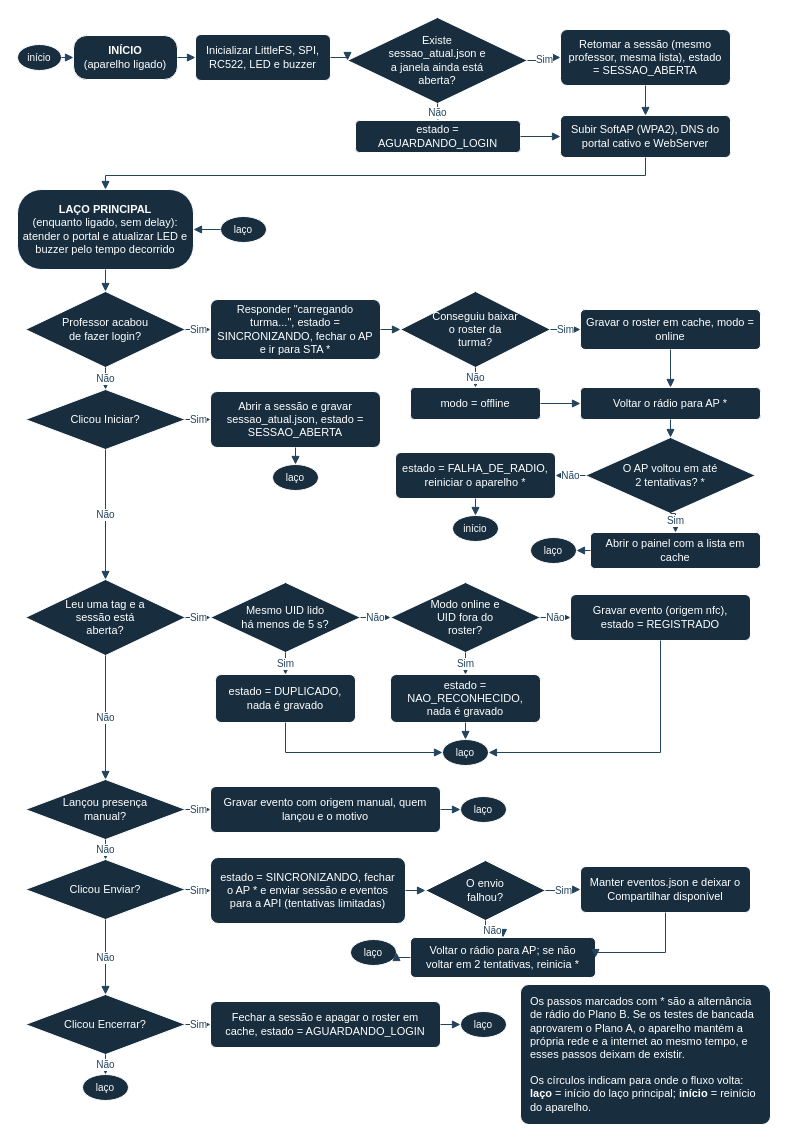
caioplaninschek/presente keeps this draw.io diagram as docs/fluxograma-logica.drawio. Above is the earlier version. Source tidied: cells renumbered, new cells numbered last; positions are measured from the earlier drawing's top-left corner, leaving out a move shared by most shapes. Both pictures are drawn from the tidied source at 100%, with x=0, y=0 at pixel (17, 17).
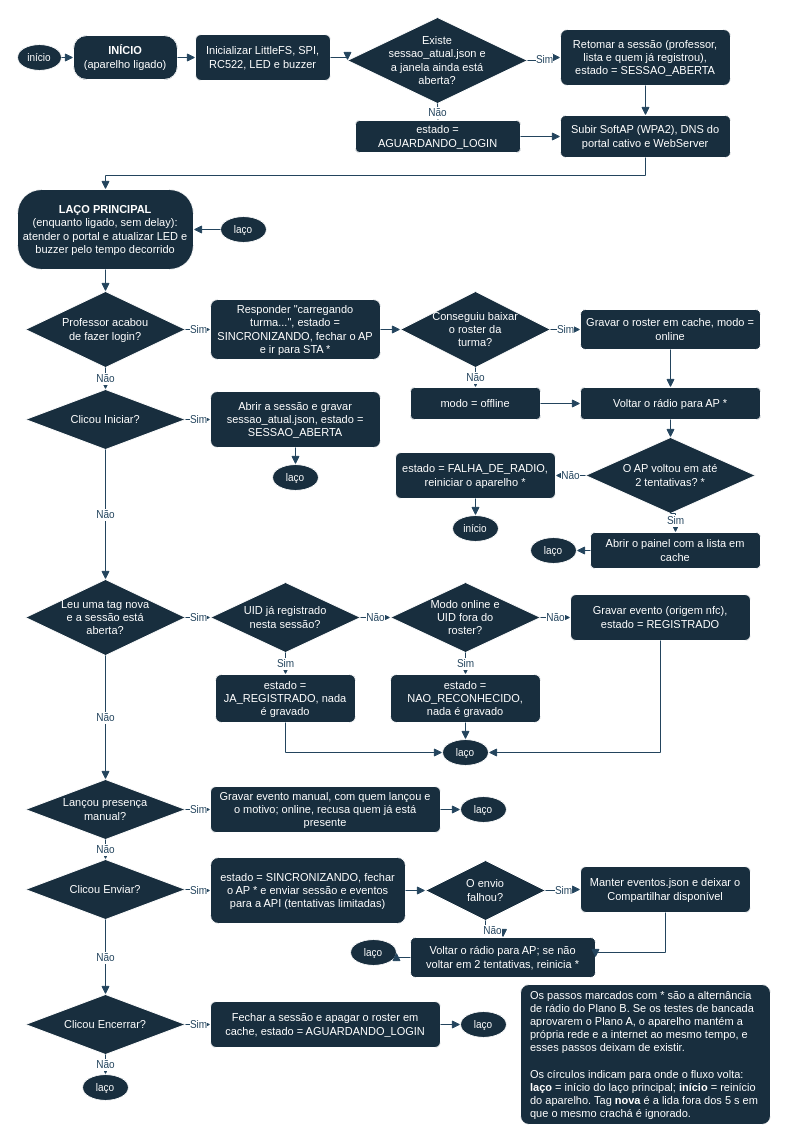
The same page after the edit.

Commit message (it also covers changes not shown here):
Fluxograma: JA_REGISTRADO no lugar do DUPLICADO, a tag nova fora dos 5 s e o manual que recusa quem ja esta presente (R30)

The edit, as a diff of the source:
```diff
@@
-    <mxCell id="6" value="Retomar a sessão (mesmo professor, mesma lista), estado = SESSAO_ABERTA" style="whiteSpace=wrap;html=1;fontSize=11;fontColor=#FFFFFF;strokeColor=#FFFFFF;fillColor=#182E3E;rounded=1;arcSize=12;spacingLeft=5;spacingRight=5;" parent="1" vertex="1">
+    <mxCell id="6" value="Retomar a sessão (professor, lista e quem já registrou), estado = SESSAO_ABERTA" style="whiteSpace=wrap;html=1;fontSize=11;fontColor=#FFFFFF;strokeColor=#FFFFFF;fillColor=#182E3E;rounded=1;arcSize=12;spacingLeft=5;spacingRight=5;" parent="1" vertex="1">
       <mxGeometry x="543" y="12" width="170" height="56" as="geometry" />
     </mxCell>
@@
-    <mxCell id="25" value="Leu uma tag e a sessão está aberta?" style="whiteSpace=wrap;html=1;fontSize=11;fontColor=#FFFFFF;strokeColor=#FFFFFF;fillColor=#182E3E;rhombus;spacingLeft=32;spacingRight=32;" parent="1" vertex="1">
+    <mxCell id="25" value="Leu uma tag nova e a sessão está aberta?" style="whiteSpace=wrap;html=1;fontSize=11;fontColor=#FFFFFF;strokeColor=#FFFFFF;fillColor=#182E3E;rhombus;spacingLeft=32;spacingRight=32;" parent="1" vertex="1">
       <mxGeometry x="8" y="562" width="160" height="76" as="geometry" />
     </mxCell>
-    <mxCell id="26" value="Mesmo UID lido há menos de 5 s?" style="whiteSpace=wrap;html=1;fontSize=11;fontColor=#FFFFFF;strokeColor=#FFFFFF;fillColor=#182E3E;rhombus;spacingLeft=30;spacingRight=30;" parent="1" vertex="1">
+    <mxCell id="26" value="UID já registrado nesta sessão?" style="whiteSpace=wrap;html=1;fontSize=11;fontColor=#FFFFFF;strokeColor=#FFFFFF;fillColor=#182E3E;rhombus;spacingLeft=30;spacingRight=30;" parent="1" vertex="1">
       <mxGeometry x="193" y="565" width="150" height="70" as="geometry" />
     </mxCell>
@@
-    <mxCell id="29" value="estado = DUPLICADO, nada é gravado" style="whiteSpace=wrap;html=1;fontSize=11;fontColor=#FFFFFF;strokeColor=#FFFFFF;fillColor=#182E3E;rounded=1;arcSize=12;spacingLeft=5;spacingRight=5;" parent="1" vertex="1">
+    <mxCell id="29" value="estado = JA_REGISTRADO, nada é gravado" style="whiteSpace=wrap;html=1;fontSize=11;fontColor=#FFFFFF;strokeColor=#FFFFFF;fillColor=#182E3E;rounded=1;arcSize=12;spacingLeft=5;spacingRight=5;" parent="1" vertex="1">
       <mxGeometry x="198" y="657" width="140" height="48" as="geometry" />
     </mxCell>
@@
-    <mxCell id="33" value="Gravar evento com origem manual, quem lançou e o motivo" style="whiteSpace=wrap;html=1;fontSize=11;fontColor=#FFFFFF;strokeColor=#FFFFFF;fillColor=#182E3E;rounded=1;arcSize=12;spacingLeft=5;spacingRight=5;" parent="1" vertex="1">
+    <mxCell id="33" value="Gravar evento manual, com quem lançou e o motivo; online, recusa quem já está presente" style="whiteSpace=wrap;html=1;fontSize=11;fontColor=#FFFFFF;strokeColor=#FFFFFF;fillColor=#182E3E;rounded=1;arcSize=12;spacingLeft=5;spacingRight=5;" parent="1" vertex="1">
       <mxGeometry x="193" y="769" width="230" height="46" as="geometry" />
     </mxCell>
@@
-    <mxCell id="45" value="Os passos marcados com * são a alternância de rádio do Plano B. Se os testes de bancada aprovarem o Plano A, o aparelho mantém a própria rede e a internet ao mesmo tempo, e esses passos deixam de existir.&lt;br&gt;&lt;br&gt;Os círculos indicam para onde o fluxo volta: &lt;b&gt;laço&lt;/b&gt; = início do laço principal; &lt;b&gt;início&lt;/b&gt; = reinício do aparelho." style="whiteSpace=wrap;html=1;fontSize=11;fontColor=#FFFFFF;strokeColor=#FFFFFF;fillColor=#182E3E;rounded=1;arcSize=6;align=left;spacingLeft=8;spacingRight=8;" parent="1" vertex="1">
+    <mxCell id="45" value="Os passos marcados com * são a alternância de rádio do Plano B. Se os testes de bancada aprovarem o Plano A, o aparelho mantém a própria rede e a internet ao mesmo tempo, e esses passos deixam de existir.&lt;br&gt;&lt;br&gt;Os círculos indicam para onde o fluxo volta: &lt;b&gt;laço&lt;/b&gt; = início do laço principal; &lt;b&gt;início&lt;/b&gt; = reinício do aparelho. Tag &lt;b&gt;nova&lt;/b&gt; é a lida fora dos 5 s em que o mesmo crachá é ignorado." style="whiteSpace=wrap;html=1;fontSize=11;fontColor=#FFFFFF;strokeColor=#FFFFFF;fillColor=#182E3E;rounded=1;arcSize=6;align=left;spacingLeft=8;spacingRight=8;" parent="1" vertex="1">
       <mxGeometry x="503" y="967" width="250" height="140" as="geometry" />
     </mxCell>
```
